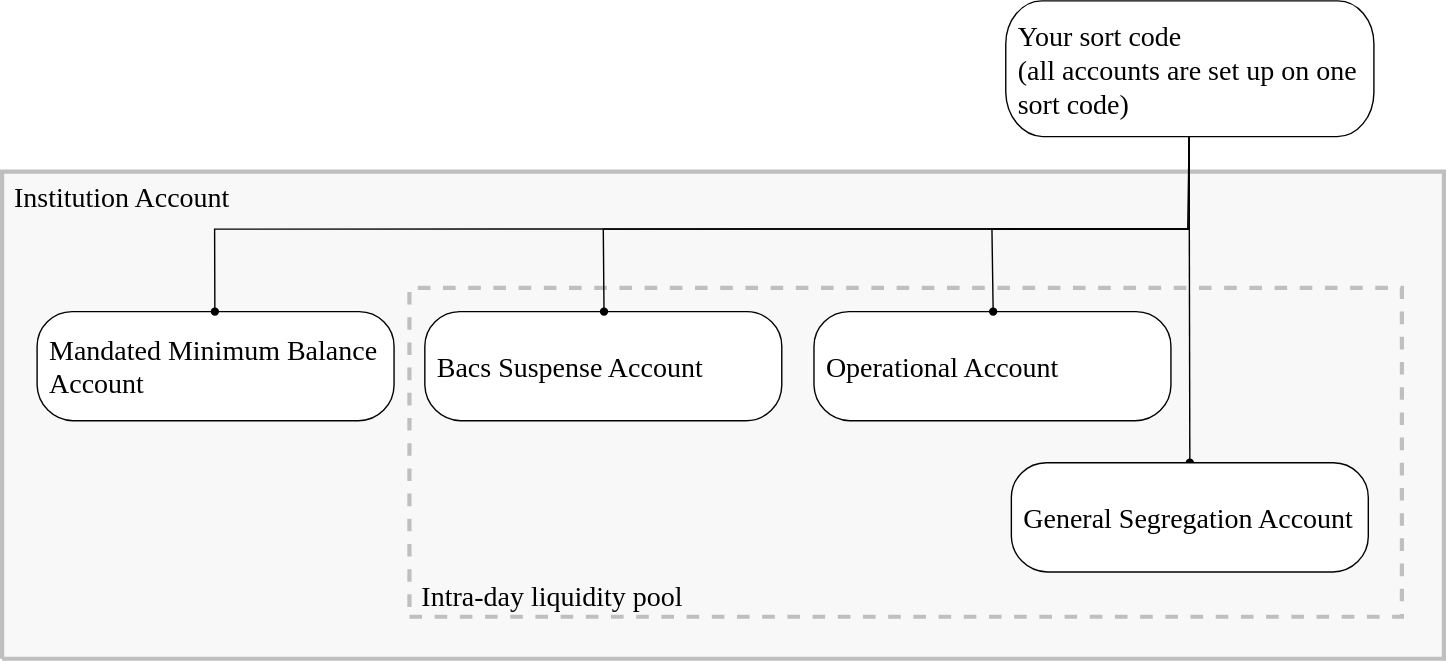
clearbank/clearbank.github.io keeps this draw.io diagram as static/assets/images/Accounts-Day1.svg. Above is the earlier version. Source tidied: cells renumbered, new cells last; positions are measured from the earlier drawing's top-left corner, leaving out a move shared by most shapes. Source of this version:
```xml
<mxGraphModel>
  <root>
    <mxCell id="0" />
    <mxCell id="1" parent="0" />
    <mxCell id="2" value="&lt;div style=&quot;font-size: 20px;&quot;&gt;&lt;p style=&quot;margin: 0px; text-indent: 0px; direction: ltr; font-size: 20px;&quot;&gt;&lt;font style=&quot;font-size: 20px; color: rgb(0, 0, 0); direction: ltr; letter-spacing: 0px; line-height: 120%; opacity: 1;&quot;&gt;&lt;font face=&quot;Clear Sans Display&quot; style=&quot;font-size: 20px;&quot;&gt;Institution Account&amp;nbsp;&lt;/font&gt;&lt;br style=&quot;font-size: 20px;&quot;&gt;&lt;/font&gt;&lt;/p&gt;&lt;/div&gt;" style="verticalAlign=top;align=left;vsdxID=25;fillColor=#f8f8f8;gradientColor=none;shape=(stored shape, 160 characters);strokeColor=#bfbfbf;strokeWidth=3;labelBackgroundColor=none;rounded=0;html=1;whiteSpace=wrap;fontFamily=Clear Sans Text;fontStyle=0;spacingLeft=7;fontSize=20;" parent="1" vertex="1">
      <mxGeometry y="122" width="1030" height="348" as="geometry" />
    </mxCell>
    <mxCell id="3" value="&lt;div style=&quot;font-size: 20px;&quot;&gt;&lt;p style=&quot;margin: 0px; text-indent: 0px; direction: ltr; font-size: 20px;&quot;&gt;&lt;font style=&quot;font-size: 20px; color: rgb(0, 0, 0); direction: ltr; letter-spacing: 0px; line-height: 120%; opacity: 1;&quot;&gt;&lt;font face=&quot;Clear Sans Display&quot; style=&quot;font-size: 20px;&quot;&gt;Intra-day liquidity pool&lt;/font&gt;&lt;br style=&quot;font-size: 20px;&quot;&gt;&lt;/font&gt;&lt;/p&gt;&lt;/div&gt;" style="verticalAlign=bottom;align=left;vsdxID=25;fillColor=#f8f8f8;gradientColor=none;shape=(stored shape, 160 characters);dashed=1;strokeColor=#bfbfbf;strokeWidth=3;labelBackgroundColor=none;rounded=0;html=1;whiteSpace=wrap;fontFamily=Clear Sans Text;fontStyle=0;spacingLeft=7;fontSize=20;" parent="1" vertex="1">
      <mxGeometry x="291" y="205" width="709" height="235" as="geometry" />
    </mxCell>
    <mxCell id="4" value="&lt;div style=&quot;font-size: 20px;&quot;&gt;&lt;p style=&quot;margin: 0px; text-indent: 0px; direction: ltr; font-size: 20px;&quot;&gt;&lt;font style=&quot;font-size: 20px; color: rgb(0, 0, 0); direction: ltr; letter-spacing: 0px; line-height: 120%; opacity: 1;&quot;&gt;&lt;span style=&quot;font-size: 20px;&quot;&gt;&lt;font face=&quot;Clear Sans Display&quot; style=&quot;font-size: 20px;&quot;&gt;Mandated Minimum Balance Account&lt;/font&gt;&lt;br style=&quot;font-size: 20px;&quot;&gt;&lt;/span&gt;&lt;/font&gt;&lt;/p&gt;&lt;/div&gt;" style="verticalAlign=middle;align=left;vsdxID=1;fillColor=#ffffff;gradientColor=none;shape=(stored shape, 328 characters);strokeColor=#000000;points=[[1,0.5,0],[0.5,0.5,0],[0.5,0,0],[0.03,0.1,0],[0.97,0.1,0],[0.03,0.9,0],[0.97,0.9,0]];labelBackgroundColor=none;rounded=0;html=1;whiteSpace=wrap;fontFamily=Clear Sans Text;fontStyle=0;spacingLeft=7;fontSize=20;" parent="1" vertex="1">
      <mxGeometry x="25" y="222" width="255" height="78" as="geometry" />
    </mxCell>
    <mxCell id="5" value="&lt;div style=&quot;font-size: 20px;&quot;&gt;&lt;p style=&quot;margin: 0px; text-indent: 0px; direction: ltr; font-size: 20px;&quot;&gt;&lt;font style=&quot;font-size: 20px; color: rgb(0, 0, 0); direction: ltr; letter-spacing: 0px; line-height: 120%; opacity: 1;&quot;&gt;&lt;font face=&quot;Clear Sans Display&quot; style=&quot;font-size: 20px;&quot;&gt;Bacs Suspense Account&lt;/font&gt;&lt;br style=&quot;font-size: 20px;&quot;&gt;&lt;/font&gt;&lt;/p&gt;&lt;/div&gt;" style="verticalAlign=middle;align=left;vsdxID=3;fillColor=#ffffff;gradientColor=none;shape=(stored shape, 328 characters);strokeColor=#000000;points=[[1,0.5,0],[0.5,0.5,0],[0.5,0,0],[0.03,0.1,0],[0.97,0.1,0],[0.03,0.9,0],[0.97,0.9,0]];labelBackgroundColor=none;rounded=0;html=1;whiteSpace=wrap;fontFamily=Clear Sans Text;fontStyle=0;spacingLeft=7;fontSize=20;" parent="1" vertex="1">
      <mxGeometry x="302" y="222" width="255" height="78" as="geometry" />
    </mxCell>
    <mxCell id="6" value="&lt;div style=&quot;font-size: 20px;&quot;&gt;&lt;p style=&quot;margin: 0px; text-indent: 0px; direction: ltr; font-size: 20px;&quot;&gt;&lt;font style=&quot;font-size: 20px; color: rgb(0, 0, 0); direction: ltr; letter-spacing: 0px; line-height: 120%; opacity: 1;&quot;&gt;&lt;span style=&quot;font-size: 20px;&quot;&gt;&lt;font face=&quot;Clear Sans Display&quot; style=&quot;font-size: 20px;&quot;&gt;Operational Account&lt;/font&gt;&lt;/span&gt;&lt;/font&gt;&lt;/p&gt;&lt;/div&gt;" style="verticalAlign=middle;align=left;vsdxID=4;fillColor=#ffffff;gradientColor=none;shape=(stored shape, 328 characters);strokeColor=#000000;points=[[1,0.5,0],[0.5,0.5,0],[0.5,0,0],[0.03,0.1,0],[0.97,0.1,0],[0.03,0.9,0],[0.97,0.9,0]];labelBackgroundColor=none;rounded=0;html=1;whiteSpace=wrap;fontFamily=Clear Sans Text;fontStyle=0;spacingLeft=7;fontSize=20;" parent="1" vertex="1">
      <mxGeometry x="580" y="222" width="255" height="78" as="geometry" />
    </mxCell>
    <mxCell id="7" value="&lt;div style=&quot;font-size: 20px;&quot;&gt;&lt;p style=&quot;margin: 0px; text-indent: 0px; direction: ltr; font-size: 20px;&quot;&gt;&lt;font style=&quot;font-size: 20px; color: rgb(0, 0, 0); direction: ltr; letter-spacing: 0px; line-height: 120%; opacity: 1;&quot;&gt;&lt;span style=&quot;font-size: 20px;&quot;&gt;&lt;font face=&quot;Clear Sans Display&quot; style=&quot;font-size: 20px;&quot;&gt;Your sort code&lt;/font&gt;&lt;br style=&quot;font-size: 20px;&quot;&gt;&lt;/span&gt;&lt;span style=&quot;letter-spacing: 0px; background-color: initial;&quot;&gt;(all accounts are set up on one sort code)&lt;/span&gt;&lt;span style=&quot;font-size: 20px;&quot;&gt;&lt;br&gt;&lt;/span&gt;&lt;/font&gt;&lt;/p&gt;&lt;/div&gt;" style="verticalAlign=middle;align=left;vsdxID=14;fillColor=#ffffff;gradientColor=none;shape=(stored shape, 328 characters);strokeColor=#000000;points=[[1,0.5,0],[0.5,0.5,0],[0.5,0,0],[0.03,0.1,0],[0.97,0.1,0],[0.03,0.9,0],[0.97,0.9,0]];labelBackgroundColor=none;rounded=0;html=1;whiteSpace=wrap;fontFamily=Clear Sans Text;fontStyle=0;spacingLeft=7;fontSize=20;" parent="1" vertex="1">
      <mxGeometry x="717" width="263" height="97" as="geometry" />
    </mxCell>
    <mxCell id="8" style="vsdxID=24;edgeStyle=none;startArrow=none;endArrow=oval;startSize=5;endSize=5;strokeColor=#000000;spacingTop=0;spacingBottom=0;spacingLeft=7;spacingRight=0;verticalAlign=middle;html=1;labelBackgroundColor=#ffffff;rounded=0;exitX=0.4980392156862745;exitY=1;exitDx=0;exitDy=0;exitPerimeter=0;entryX=0.4980392156862745;entryY=0;entryDx=0;entryDy=0;entryPerimeter=0;fontFamily=Clear Sans Text;fontStyle=0;" parent="1" edge="1" source="7" target="4">
      <mxGeometry relative="1" as="geometry">
        <Array as="points">
          <mxPoint x="848" y="163" />
          <mxPoint x="151.8" y="163" />
        </Array>
        <mxPoint x="-1" as="offset" />
      </mxGeometry>
    </mxCell>
    <mxCell id="9" style="vsdxID=23;edgeStyle=none;startArrow=none;endArrow=oval;startSize=5;endSize=5;strokeColor=#000000;spacingTop=0;spacingBottom=0;spacingLeft=7;spacingRight=0;verticalAlign=middle;html=1;labelBackgroundColor=#ffffff;rounded=0;exitX=0.4980392156862745;exitY=1;exitDx=0;exitDy=0;exitPerimeter=0;entryX=0.5019607843137255;entryY=0;entryDx=0;entryDy=0;entryPerimeter=0;fontFamily=Clear Sans Text;fontStyle=0;" parent="1" edge="1" source="7" target="5">
      <mxGeometry relative="1" as="geometry">
        <Array as="points">
          <mxPoint x="848" y="163" />
          <mxPoint x="429.5" y="163" />
        </Array>
        <mxPoint x="-1" as="offset" />
      </mxGeometry>
    </mxCell>
    <mxCell id="10" style="vsdxID=22;edgeStyle=none;startArrow=none;endArrow=oval;startSize=5;endSize=5;strokeColor=#000000;spacingTop=0;spacingBottom=0;spacingLeft=7;spacingRight=0;verticalAlign=middle;html=1;labelBackgroundColor=#ffffff;rounded=0;exitX=0.4980392156862745;exitY=1;exitDx=0;exitDy=0;exitPerimeter=0;entryX=0.5019607843137255;entryY=0;entryDx=0;entryDy=0;entryPerimeter=0;fontFamily=Clear Sans Text;fontStyle=0;" parent="1" edge="1" source="7" target="6">
      <mxGeometry relative="1" as="geometry">
        <Array as="points">
          <mxPoint x="847" y="163" />
          <mxPoint x="707.1" y="163" />
        </Array>
      </mxGeometry>
    </mxCell>
    <mxCell id="11" style="fontFamily=Clear Sans Text;fontStyle=0;spacingLeft=7;" parent="1" vertex="1">
      <mxGeometry x="430" y="466" as="geometry" />
    </mxCell>
    <mxCell id="12" style="fontFamily=Clear Sans Text;fontStyle=0;spacingLeft=7;" parent="1" vertex="1">
      <mxGeometry x="708" y="466" as="geometry" />
    </mxCell>
    <mxCell id="13" style="vsdxID=19;edgeStyle=none;startArrow=none;endArrow=oval;startSize=5;endSize=5;strokeColor=#000000;spacingTop=0;spacingBottom=0;spacingLeft=7;spacingRight=0;verticalAlign=middle;html=1;labelBackgroundColor=#ffffff;rounded=0;exitX=0.4980392156862745;exitY=1;exitDx=0;exitDy=0;exitPerimeter=0;fontFamily=Clear Sans Text;fontStyle=0;entryX=0.5;entryY=0;entryDx=0;entryDy=0;entryPerimeter=0;" parent="1" edge="1" source="7" target="14">
      <mxGeometry relative="1" as="geometry" />
    </mxCell>
    <mxCell id="14" value="&lt;div style=&quot;font-size: 20px;&quot;&gt;&lt;p style=&quot;margin: 0px; text-indent: 0px; direction: ltr; font-size: 20px;&quot;&gt;&lt;font style=&quot;font-size: 20px; color: rgb(0, 0, 0); direction: ltr; letter-spacing: 0px; line-height: 120%; opacity: 1;&quot;&gt;&lt;span style=&quot;font-size: 20px;&quot;&gt;&lt;font face=&quot;Clear Sans Display&quot; style=&quot;font-size: 20px;&quot;&gt;General Segregation Account&lt;/font&gt;&lt;/span&gt;&lt;/font&gt;&lt;/p&gt;&lt;/div&gt;" style="verticalAlign=middle;align=left;vsdxID=4;fillColor=#ffffff;gradientColor=none;shape=(stored shape, 328 characters);strokeColor=#000000;points=[[1,0.5,0],[0.5,0.5,0],[0.5,0,0],[0.03,0.1,0],[0.97,0.1,0],[0.03,0.9,0],[0.97,0.9,0]];labelBackgroundColor=none;rounded=0;html=1;whiteSpace=wrap;fontFamily=Clear Sans Text;fontStyle=0;spacingLeft=7;fontSize=20;" parent="1" vertex="1">
      <mxGeometry x="721" y="330" width="255" height="78" as="geometry" />
    </mxCell>
  </root>
</mxGraphModel>
```
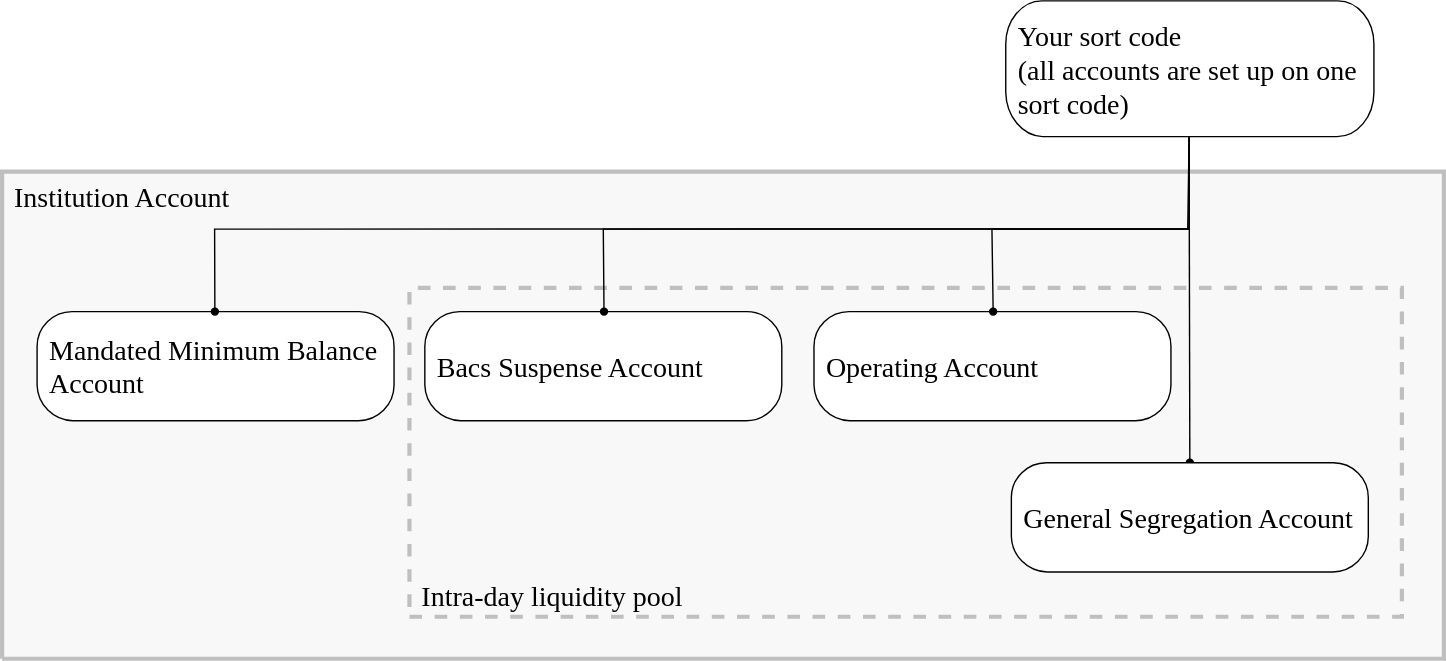
Later version of the same file.

Change to the diagram source:
```diff
@@ -14,7 +14,7 @@
     <mxCell id="5" value="&lt;div style=&quot;font-size: 20px;&quot;&gt;&lt;p style=&quot;margin: 0px; text-indent: 0px; direction: ltr; font-size: 20px;&quot;&gt;&lt;font style=&quot;font-size: 20px; color: rgb(0, 0, 0); direction: ltr; letter-spacing: 0px; line-height: 120%; opacity: 1;&quot;&gt;&lt;font face=&quot;Clear Sans Display&quot; style=&quot;font-size: 20px;&quot;&gt;Bacs Suspense Account&lt;/font&gt;&lt;br style=&quot;font-size: 20px;&quot;&gt;&lt;/font&gt;&lt;/p&gt;&lt;/div&gt;" style="verticalAlign=middle;align=left;vsdxID=3;fillColor=#ffffff;gradientColor=none;shape=(stored shape, 328 characters);strokeColor=#000000;points=[[1,0.5,0],[0.5,0.5,0],[0.5,0,0],[0.03,0.1,0],[0.97,0.1,0],[0.03,0.9,0],[0.97,0.9,0]];labelBackgroundColor=none;rounded=0;html=1;whiteSpace=wrap;fontFamily=Clear Sans Text;fontStyle=0;spacingLeft=7;fontSize=20;" parent="1" vertex="1">
       <mxGeometry x="302" y="222" width="255" height="78" as="geometry" />
     </mxCell>
-    <mxCell id="6" value="&lt;div style=&quot;font-size: 20px;&quot;&gt;&lt;p style=&quot;margin: 0px; text-indent: 0px; direction: ltr; font-size: 20px;&quot;&gt;&lt;font style=&quot;font-size: 20px; color: rgb(0, 0, 0); direction: ltr; letter-spacing: 0px; line-height: 120%; opacity: 1;&quot;&gt;&lt;span style=&quot;font-size: 20px;&quot;&gt;&lt;font face=&quot;Clear Sans Display&quot; style=&quot;font-size: 20px;&quot;&gt;Operational Account&lt;/font&gt;&lt;/span&gt;&lt;/font&gt;&lt;/p&gt;&lt;/div&gt;" style="verticalAlign=middle;align=left;vsdxID=4;fillColor=#ffffff;gradientColor=none;shape=(stored shape, 328 characters);strokeColor=#000000;points=[[1,0.5,0],[0.5,0.5,0],[0.5,0,0],[0.03,0.1,0],[0.97,0.1,0],[0.03,0.9,0],[0.97,0.9,0]];labelBackgroundColor=none;rounded=0;html=1;whiteSpace=wrap;fontFamily=Clear Sans Text;fontStyle=0;spacingLeft=7;fontSize=20;" parent="1" vertex="1">
+    <mxCell id="6" value="&lt;div style=&quot;font-size: 20px;&quot;&gt;&lt;p style=&quot;margin: 0px; text-indent: 0px; direction: ltr; font-size: 20px;&quot;&gt;&lt;font style=&quot;font-size: 20px; color: rgb(0, 0, 0); direction: ltr; letter-spacing: 0px; line-height: 120%; opacity: 1;&quot;&gt;&lt;span style=&quot;font-size: 20px;&quot;&gt;&lt;font face=&quot;Clear Sans Display&quot; style=&quot;font-size: 20px;&quot;&gt;Operating Account&lt;/font&gt;&lt;/span&gt;&lt;/font&gt;&lt;/p&gt;&lt;/div&gt;" style="verticalAlign=middle;align=left;vsdxID=4;fillColor=#ffffff;gradientColor=none;shape=(stored shape, 328 characters);strokeColor=#000000;points=[[1,0.5,0],[0.5,0.5,0],[0.5,0,0],[0.03,0.1,0],[0.97,0.1,0],[0.03,0.9,0],[0.97,0.9,0]];labelBackgroundColor=none;rounded=0;html=1;whiteSpace=wrap;fontFamily=Clear Sans Text;fontStyle=0;spacingLeft=7;fontSize=20;" parent="1" vertex="1">
       <mxGeometry x="580" y="222" width="255" height="78" as="geometry" />
     </mxCell>
     <mxCell id="7" value="&lt;div style=&quot;font-size: 20px;&quot;&gt;&lt;p style=&quot;margin: 0px; text-indent: 0px; direction: ltr; font-size: 20px;&quot;&gt;&lt;font style=&quot;font-size: 20px; color: rgb(0, 0, 0); direction: ltr; letter-spacing: 0px; line-height: 120%; opacity: 1;&quot;&gt;&lt;span style=&quot;font-size: 20px;&quot;&gt;&lt;font face=&quot;Clear Sans Display&quot; style=&quot;font-size: 20px;&quot;&gt;Your sort code&lt;/font&gt;&lt;br style=&quot;font-size: 20px;&quot;&gt;&lt;/span&gt;&lt;span style=&quot;letter-spacing: 0px; background-color: initial;&quot;&gt;(all accounts are set up on one sort code)&lt;/span&gt;&lt;span style=&quot;font-size: 20px;&quot;&gt;&lt;br&gt;&lt;/span&gt;&lt;/font&gt;&lt;/p&gt;&lt;/div&gt;" style="verticalAlign=middle;align=left;vsdxID=14;fillColor=#ffffff;gradientColor=none;shape=(stored shape, 328 characters);strokeColor=#000000;points=[[1,0.5,0],[0.5,0.5,0],[0.5,0,0],[0.03,0.1,0],[0.97,0.1,0],[0.03,0.9,0],[0.97,0.9,0]];labelBackgroundColor=none;rounded=0;html=1;whiteSpace=wrap;fontFamily=Clear Sans Text;fontStyle=0;spacingLeft=7;fontSize=20;" parent="1" vertex="1">
```
